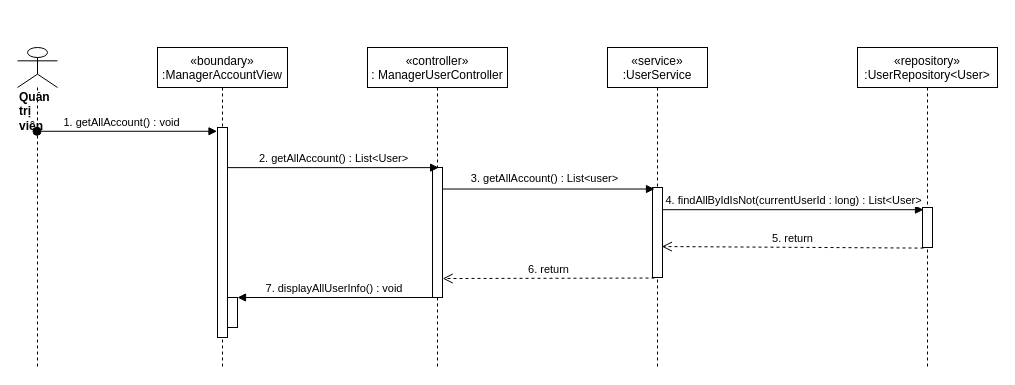
Above: sequence diagram/view-user-manager-sequence.drawio in nguyenphamvan/datn_20202 (draw.io), before the change. Source tidied: cells renumbered, new cells numbered last; positions are measured from the earlier drawing's top-left corner, leaving out a move shared by most shapes. Both pictures are drawn from the tidied source at 100%, with x=0, y=0 at pixel (17, 47).
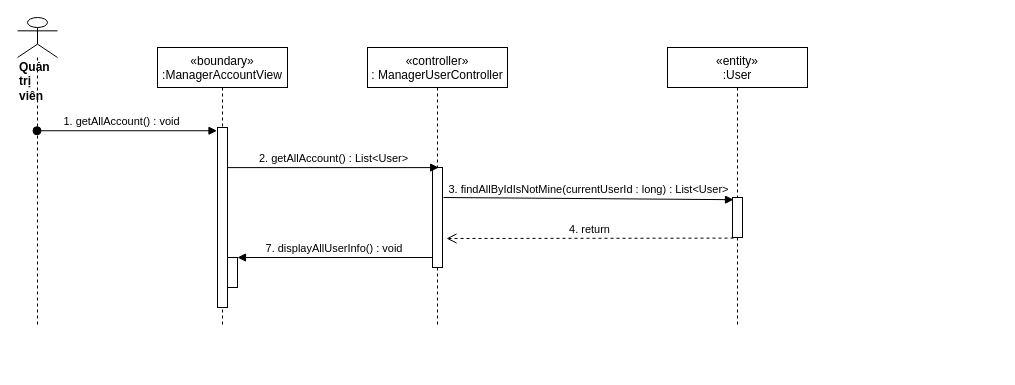
The same diagram, later.

Change to the diagram source:
```diff
@@
     <mxCell id="2" value="«boundary»&#10;:ManagerAccountView" style="shape=umlLifeline;perimeter=lifelinePerimeter;rounded=0;shadow=0;strokeWidth=1;" parent="1" vertex="1">
-      <mxGeometry x="140" width="130" height="320" as="geometry" />
+      <mxGeometry x="140" width="130" height="280" as="geometry" />
     </mxCell>
     <mxCell id="3" style="points=[];perimeter=orthogonalPerimeter;rounded=0;shadow=0;strokeWidth=1;" parent="2" vertex="1">
-      <mxGeometry x="60" y="80" width="10" height="210" as="geometry" />
+      <mxGeometry x="60" y="80" width="10" height="180" as="geometry" />
     </mxCell>
     <mxCell id="4" style="html=1;points=[];perimeter=orthogonalPerimeter;" parent="2" vertex="1">
-      <mxGeometry x="70" y="250" width="10" height="30" as="geometry" />
+      <mxGeometry x="70" y="210" width="10" height="30" as="geometry" />
     </mxCell>
     <mxCell id="5" value="«controller»&#10;: ManagerUserController" style="shape=umlLifeline;perimeter=lifelinePerimeter;rounded=0;shadow=0;strokeWidth=1;" parent="1" vertex="1">
-      <mxGeometry x="350" width="140" height="320" as="geometry" />
+      <mxGeometry x="350" width="140" height="280" as="geometry" />
     </mxCell>
     <mxCell id="6" style="points=[];perimeter=orthogonalPerimeter;rounded=0;shadow=0;strokeWidth=1;" parent="5" vertex="1">
-      <mxGeometry x="65" y="120" width="10" height="130" as="geometry" />
+      <mxGeometry x="65" y="120" width="10" height="100" as="geometry" />
     </mxCell>
     <mxCell id="7" value="&lt;div&gt;&lt;b&gt;Quản trị viên&lt;/b&gt;&lt;/div&gt;" style="shape=umlLifeline;participant=umlActor;perimeter=lifelinePerimeter;whiteSpace=wrap;html=1;verticalAlign=top;spacingTop=36;outlineConnect=0;align=left;size=40;" parent="1" vertex="1">
-      <mxGeometry width="40" height="320" as="geometry" />
+      <mxGeometry y="-30" width="40" height="310" as="geometry" />
     </mxCell>
@@
-    <mxCell id="9" value="«service»&#10;:UserService" style="shape=umlLifeline;perimeter=lifelinePerimeter;rounded=0;shadow=0;strokeWidth=1;" parent="1" vertex="1">
-      <mxGeometry x="590" width="100" height="320" as="geometry" />
-    </mxCell>
-    <mxCell id="10" style="points=[];perimeter=orthogonalPerimeter;rounded=0;shadow=0;strokeWidth=1;" parent="9" vertex="1">
-      <mxGeometry x="45" y="140" width="10" height="90" as="geometry" />
-    </mxCell>
@@
-    <mxCell id="12" style="html=1;verticalAlign=bottom;endArrow=block;entryX=0.2;entryY=0.017;entryDx=0;entryDy=0;entryPerimeter=0;" parent="1" edge="1" source="6" target="10">
-      <mxGeometry relative="1" as="geometry" />
-    </mxCell>
-    <mxCell id="13" value="3. getAllAccount() : List&amp;lt;user&amp;gt;" style="edgeLabel;html=1;align=center;verticalAlign=middle;" parent="12" vertex="1">
-      <mxGeometry x="-0.08" y="4" relative="1" as="geometry">
-        <mxPoint x="3" y="-7" as="offset" />
-      </mxGeometry>
-    </mxCell>
-    <mxCell id="14" value="6. return" style="html=1;verticalAlign=bottom;endArrow=open;dashed=1;endSize=8;exitX=0.2;exitY=1.006;exitDx=0;exitDy=0;exitPerimeter=0;entryX=1.02;entryY=0.854;entryDx=0;entryDy=0;entryPerimeter=0;" parent="1" edge="1" source="10" target="6">
-      <mxGeometry relative="1" as="geometry" />
-    </mxCell>
@@
-    <mxCell id="16" value="«repository»&#10;:UserRepository&lt;User&gt;" style="shape=umlLifeline;perimeter=lifelinePerimeter;rounded=0;shadow=0;strokeWidth=1;" parent="1" vertex="1">
-      <mxGeometry x="840" width="140" height="320" as="geometry" />
+    <mxCell id="16" value="«entity»&#10;:User" style="shape=umlLifeline;perimeter=lifelinePerimeter;rounded=0;shadow=0;strokeWidth=1;" parent="1" vertex="1">
+      <mxGeometry x="650" width="140" height="280" as="geometry" />
     </mxCell>
     <mxCell id="17" style="points=[];perimeter=orthogonalPerimeter;rounded=0;shadow=0;strokeWidth=1;" parent="16" vertex="1">
-      <mxGeometry x="65" y="160" width="10" height="40" as="geometry" />
+      <mxGeometry x="65" y="150" width="10" height="40" as="geometry" />
     </mxCell>
-    <mxCell id="18" value="4. findAllByIdIsNot(currentUserId : long) : List&amp;lt;User&amp;gt;" style="html=1;verticalAlign=bottom;endArrow=block;entryX=0.1;entryY=0.055;entryDx=0;entryDy=0;entryPerimeter=0;" parent="1" edge="1" source="10" target="17">
-      <mxGeometry relative="1" as="geometry" />
+    <mxCell id="18" value="3. findAllByIdIsNotMine(currentUserId : long) : List&amp;lt;User&amp;gt;" style="html=1;verticalAlign=bottom;endArrow=block;entryX=0.1;entryY=0.055;entryDx=0;entryDy=0;entryPerimeter=0;" parent="1" edge="1" target="17">
+      <mxGeometry relative="1" as="geometry">
+        <mxPoint x="426" y="150" as="sourcePoint" />
+      </mxGeometry>
     </mxCell>
-    <mxCell id="19" value="5. return" style="html=1;verticalAlign=bottom;endArrow=open;dashed=1;endSize=8;exitX=0.1;exitY=1.015;exitDx=0;exitDy=0;exitPerimeter=0;entryX=0.94;entryY=0.656;entryDx=0;entryDy=0;entryPerimeter=0;" parent="1" edge="1" source="17" target="10">
+    <mxCell id="19" value="4. return" style="html=1;verticalAlign=bottom;endArrow=open;dashed=1;endSize=8;exitX=0.1;exitY=1.015;exitDx=0;exitDy=0;exitPerimeter=0;entryX=1.4;entryY=0.71;entryDx=0;entryDy=0;entryPerimeter=0;" parent="1" edge="1" source="17" target="6">
       <mxGeometry relative="1" as="geometry" />
     </mxCell>
```
